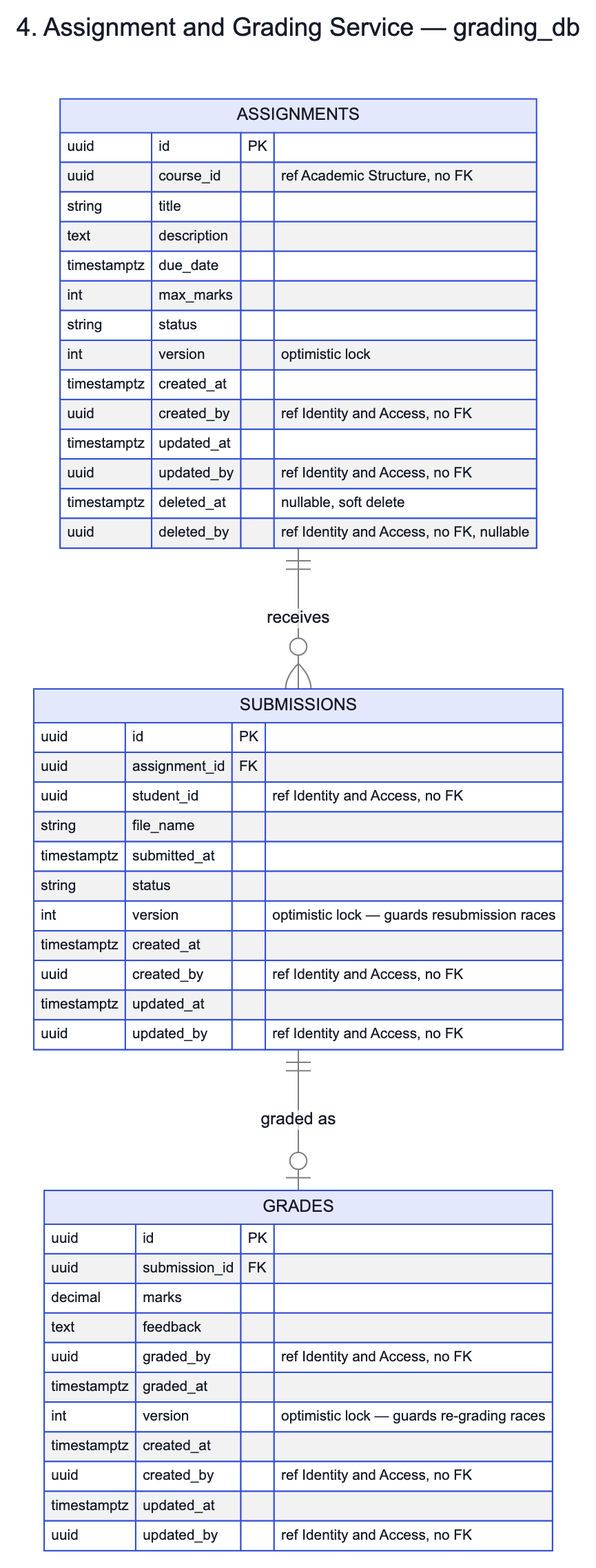
Above: docs/architecture/tables-04-assignment-grading.png in ESD-ONE/University-Course-Management-System (Mermaid), before the change. Its source is kept beside it as docs/architecture/tables-04-assignment-grading.mmd.
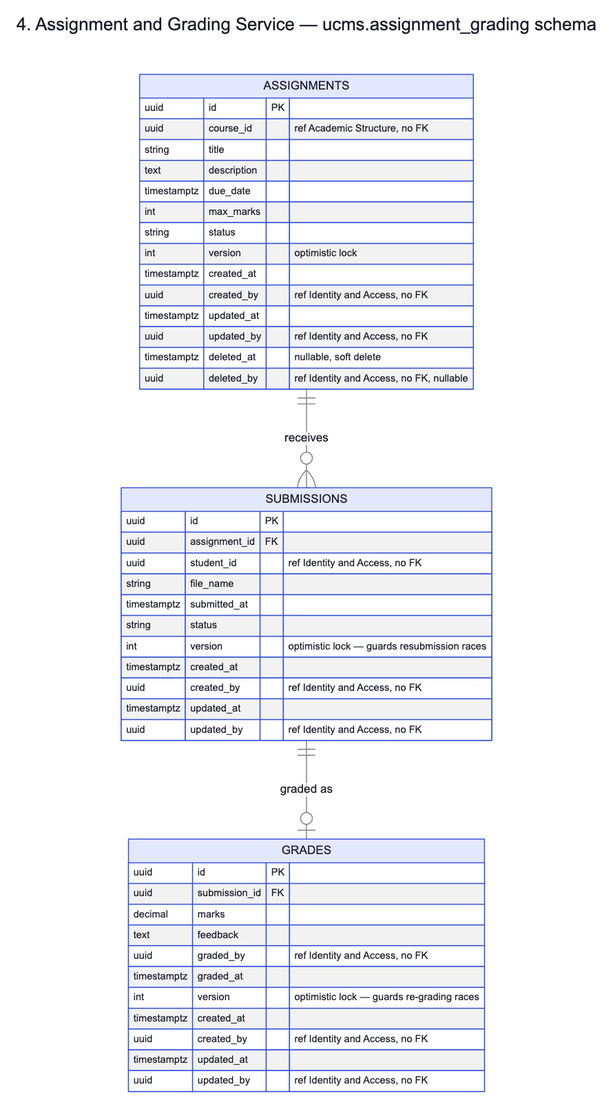
After the change.

What changed in the source:
```diff
@@ -1,5 +1,5 @@
 ---
-title: 4. Assignment and Grading Service — grading_db
+title: 4. Assignment and Grading Service — ucms.assignment_grading schema
 ---
 erDiagram
     ASSIGNMENTS {
```
